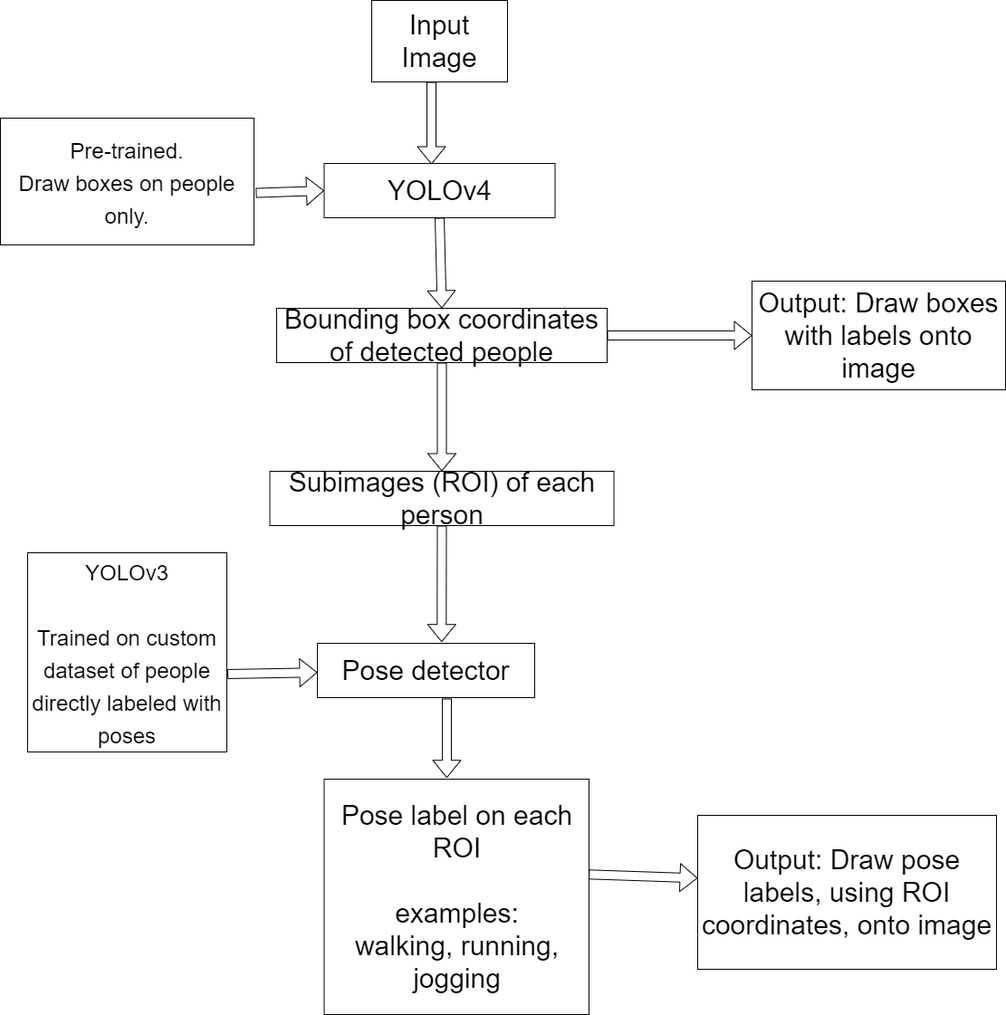
Above: architecture-pedestrian-behavior-analysis.png in tajsandhu/CMPE_258_Group_Project (draw.io), before the change. Source tidied: cells renumbered, new cells last; positions are measured from the earlier drawing's top-left corner, leaving out a move shared by most shapes. Source of this version:
```xml
<mxGraphModel>
  <root>
    <mxCell id="0" />
    <mxCell id="1" parent="0" />
    <mxCell id="2" value="Input Image" style="rounded=0;whiteSpace=wrap;html=1;fontSize=30;" parent="1" vertex="1">
      <mxGeometry x="410" width="150" height="90" as="geometry" />
    </mxCell>
    <mxCell id="3" value="&lt;span style=&quot;font-size: 30px&quot;&gt;YOLOv4&lt;br&gt;&lt;/span&gt;" style="rounded=0;whiteSpace=wrap;html=1;" parent="1" vertex="1">
      <mxGeometry x="357.5" y="180" width="255" height="60" as="geometry" />
    </mxCell>
    <mxCell id="4" value="&lt;font style=&quot;font-size: 24px&quot;&gt;Pre-trained.&lt;br&gt;Draw boxes on people only.&lt;br&gt;&lt;/font&gt;" style="rounded=0;whiteSpace=wrap;html=1;fontSize=30;" parent="1" vertex="1">
      <mxGeometry y="130" width="280" height="140" as="geometry" />
    </mxCell>
    <mxCell id="5" value="Bounding box coordinates of detected people" style="rounded=0;whiteSpace=wrap;html=1;fontSize=30;" parent="1" vertex="1">
      <mxGeometry x="305" y="340" width="365" height="60" as="geometry" />
    </mxCell>
    <mxCell id="6" value="Subimages (ROI) of each person" style="rounded=0;whiteSpace=wrap;html=1;fontSize=30;" parent="1" vertex="1">
      <mxGeometry x="297.5" y="520" width="380" height="60" as="geometry" />
    </mxCell>
    <mxCell id="7" value="Output: Draw boxes with labels onto image" style="rounded=0;whiteSpace=wrap;html=1;fontSize=30;" parent="1" vertex="1">
      <mxGeometry x="830" y="310" width="280" height="120" as="geometry" />
    </mxCell>
    <mxCell id="8" value="Pose detector" style="rounded=0;whiteSpace=wrap;html=1;fontSize=30;" parent="1" vertex="1">
      <mxGeometry x="350" y="710" width="240" height="60" as="geometry" />
    </mxCell>
    <mxCell id="9" style="shape=flexArrow;endArrow=classic;html=1;fontSize=30;entryX=0.5;entryY=0;entryDx=0;entryDy=0;exitX=0.5;exitY=1;exitDx=0;exitDy=0;" parent="1" edge="1" source="3" target="5">
      <mxGeometry relative="1" as="geometry" />
    </mxCell>
    <mxCell id="10" style="shape=flexArrow;endArrow=classic;html=1;fontSize=30;entryX=0;entryY=0.5;entryDx=0;entryDy=0;exitX=1.007;exitY=0.59;exitDx=0;exitDy=0;exitPerimeter=0;" parent="1" edge="1" source="4" target="3">
      <mxGeometry relative="1" as="geometry" />
    </mxCell>
    <mxCell id="11" style="shape=flexArrow;endArrow=classic;html=1;fontSize=30;" parent="1" edge="1">
      <mxGeometry relative="1" as="geometry">
        <mxPoint x="476" y="90" as="sourcePoint" />
        <mxPoint x="476" y="181" as="targetPoint" />
      </mxGeometry>
    </mxCell>
    <mxCell id="12" style="shape=flexArrow;endArrow=classic;html=1;fontSize=30;entryX=0.5;entryY=0;entryDx=0;entryDy=0;exitX=0.5;exitY=1;exitDx=0;exitDy=0;" parent="1" edge="1" source="5" target="6">
      <mxGeometry relative="1" as="geometry" />
    </mxCell>
    <mxCell id="13" style="shape=flexArrow;endArrow=classic;html=1;fontSize=30;exitX=0.5;exitY=1;exitDx=0;exitDy=0;entryX=0.572;entryY=-0.022;entryDx=0;entryDy=0;entryPerimeter=0;" parent="1" edge="1" source="6" target="8">
      <mxGeometry relative="1" as="geometry" />
    </mxCell>
    <mxCell id="14" style="shape=flexArrow;endArrow=classic;html=1;fontSize=30;entryX=0;entryY=0.5;entryDx=0;entryDy=0;" parent="1" edge="1" target="7">
      <mxGeometry relative="1" as="geometry">
        <mxPoint x="670" y="370" as="sourcePoint" />
      </mxGeometry>
    </mxCell>
    <mxCell id="15" value="&lt;font style=&quot;font-size: 24px&quot;&gt;YOLOv3&lt;br&gt;&lt;br&gt;Trained on custom dataset of people directly labeled with poses&lt;br&gt;&lt;/font&gt;" style="rounded=0;whiteSpace=wrap;html=1;fontSize=30;" parent="1" vertex="1">
      <mxGeometry x="30" y="610" width="220" height="220" as="geometry" />
    </mxCell>
    <mxCell id="16" style="shape=flexArrow;endArrow=classic;html=1;fontSize=30;exitX=1.003;exitY=0.609;exitDx=0;exitDy=0;exitPerimeter=0;" parent="1" edge="1" source="15" target="8">
      <mxGeometry relative="1" as="geometry" />
    </mxCell>
    <mxCell id="17" value="Pose label on each ROI&lt;br&gt;&lt;br&gt;examples:&lt;br&gt;walking, running, jogging" style="rounded=0;whiteSpace=wrap;html=1;fontSize=30;" parent="1" vertex="1">
      <mxGeometry x="357.5" y="860" width="292.5" height="260" as="geometry" />
    </mxCell>
    <mxCell id="18" style="shape=flexArrow;endArrow=classic;html=1;fontSize=30;entryX=0.463;entryY=-0.005;entryDx=0;entryDy=0;entryPerimeter=0;" parent="1" edge="1" target="17">
      <mxGeometry relative="1" as="geometry">
        <mxPoint x="493" y="771" as="sourcePoint" />
      </mxGeometry>
    </mxCell>
    <mxCell id="19" value="Output: Draw pose labels, using ROI coordinates, onto image" style="rounded=0;whiteSpace=wrap;html=1;fontSize=30;" parent="1" vertex="1">
      <mxGeometry x="770" y="900" width="330" height="170" as="geometry" />
    </mxCell>
    <mxCell id="20" style="shape=flexArrow;endArrow=classic;html=1;fontSize=30;exitX=0.999;exitY=0.405;exitDx=0;exitDy=0;exitPerimeter=0;entryX=0;entryY=0.408;entryDx=0;entryDy=0;entryPerimeter=0;" parent="1" edge="1" source="17" target="19">
      <mxGeometry relative="1" as="geometry" />
    </mxCell>
  </root>
</mxGraphModel>
```
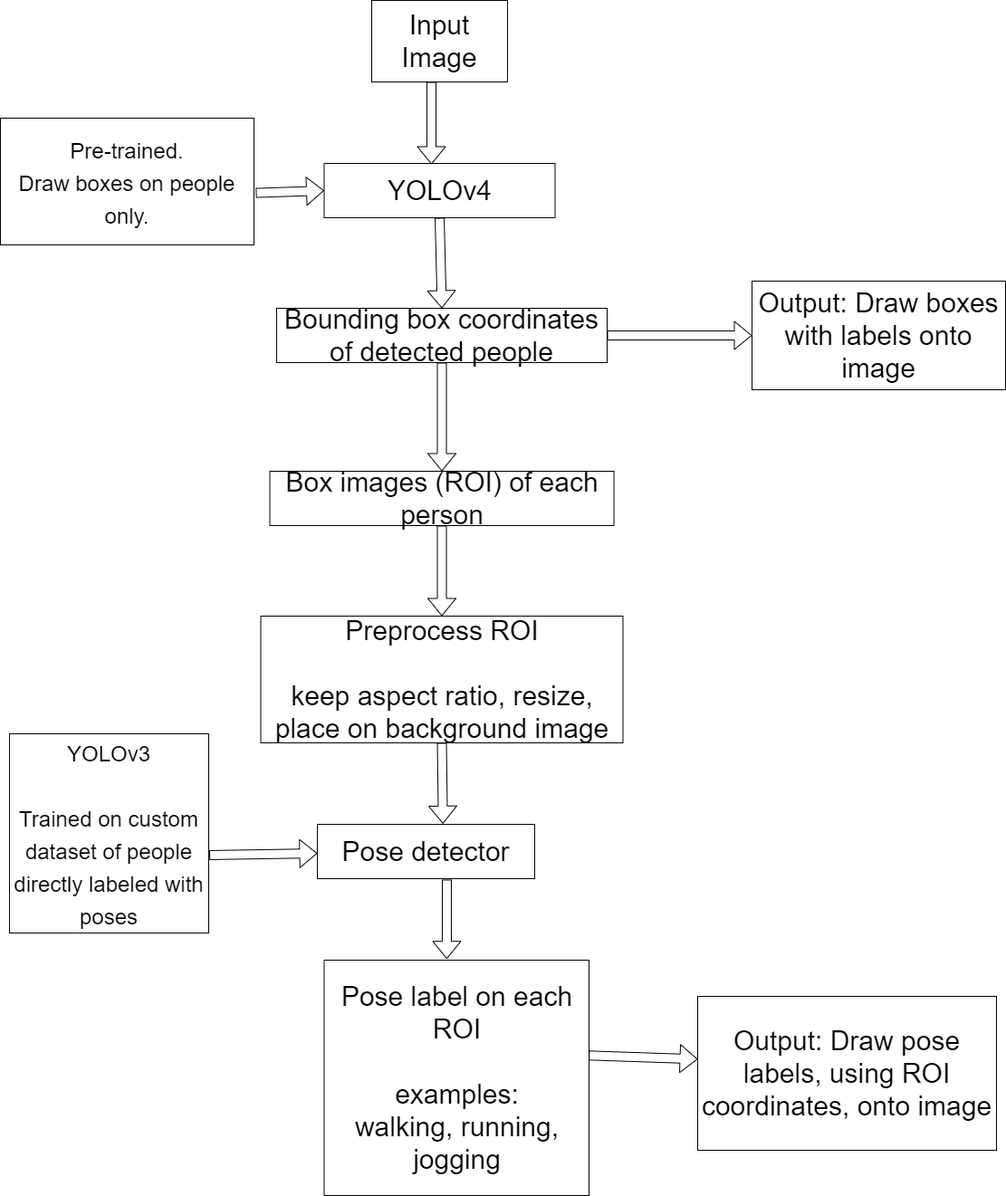
After the change.

Commit message:
docs: Update diagram to include preprocess ROI step. Rename subimages to box images to keep consistent with person boxes = ROI in code.

What changed in the source:
```diff
@@ -14,14 +14,14 @@
     <mxCell id="5" value="Bounding box coordinates of detected people" style="rounded=0;whiteSpace=wrap;html=1;fontSize=30;" parent="1" vertex="1">
       <mxGeometry x="305" y="340" width="365" height="60" as="geometry" />
     </mxCell>
-    <mxCell id="6" value="Subimages (ROI) of each person" style="rounded=0;whiteSpace=wrap;html=1;fontSize=30;" parent="1" vertex="1">
+    <mxCell id="6" value="Box images (ROI) of each person" style="rounded=0;whiteSpace=wrap;html=1;fontSize=30;" parent="1" vertex="1">
       <mxGeometry x="297.5" y="520" width="380" height="60" as="geometry" />
     </mxCell>
     <mxCell id="7" value="Output: Draw boxes with labels onto image" style="rounded=0;whiteSpace=wrap;html=1;fontSize=30;" parent="1" vertex="1">
       <mxGeometry x="830" y="310" width="280" height="120" as="geometry" />
     </mxCell>
     <mxCell id="8" value="Pose detector" style="rounded=0;whiteSpace=wrap;html=1;fontSize=30;" parent="1" vertex="1">
-      <mxGeometry x="350" y="710" width="240" height="60" as="geometry" />
+      <mxGeometry x="350" y="910" width="240" height="60" as="geometry" />
     </mxCell>
     <mxCell id="9" style="shape=flexArrow;endArrow=classic;html=1;fontSize=30;entryX=0.5;entryY=0;entryDx=0;entryDy=0;exitX=0.5;exitY=1;exitDx=0;exitDy=0;" parent="1" edge="1" source="3" target="5">
       <mxGeometry relative="1" as="geometry" />
@@ -38,33 +38,39 @@
     <mxCell id="12" style="shape=flexArrow;endArrow=classic;html=1;fontSize=30;entryX=0.5;entryY=0;entryDx=0;entryDy=0;exitX=0.5;exitY=1;exitDx=0;exitDy=0;" parent="1" edge="1" source="5" target="6">
       <mxGeometry relative="1" as="geometry" />
     </mxCell>
-    <mxCell id="13" style="shape=flexArrow;endArrow=classic;html=1;fontSize=30;exitX=0.5;exitY=1;exitDx=0;exitDy=0;entryX=0.572;entryY=-0.022;entryDx=0;entryDy=0;entryPerimeter=0;" parent="1" edge="1" source="6" target="8">
-      <mxGeometry relative="1" as="geometry" />
-    </mxCell>
     <mxCell id="14" style="shape=flexArrow;endArrow=classic;html=1;fontSize=30;entryX=0;entryY=0.5;entryDx=0;entryDy=0;" parent="1" edge="1" target="7">
       <mxGeometry relative="1" as="geometry">
         <mxPoint x="670" y="370" as="sourcePoint" />
       </mxGeometry>
     </mxCell>
     <mxCell id="15" value="&lt;font style=&quot;font-size: 24px&quot;&gt;YOLOv3&lt;br&gt;&lt;br&gt;Trained on custom dataset of people directly labeled with poses&lt;br&gt;&lt;/font&gt;" style="rounded=0;whiteSpace=wrap;html=1;fontSize=30;" parent="1" vertex="1">
-      <mxGeometry x="30" y="610" width="220" height="220" as="geometry" />
+      <mxGeometry x="10" y="810" width="220" height="220" as="geometry" />
     </mxCell>
     <mxCell id="16" style="shape=flexArrow;endArrow=classic;html=1;fontSize=30;exitX=1.003;exitY=0.609;exitDx=0;exitDy=0;exitPerimeter=0;" parent="1" edge="1" source="15" target="8">
       <mxGeometry relative="1" as="geometry" />
     </mxCell>
     <mxCell id="17" value="Pose label on each ROI&lt;br&gt;&lt;br&gt;examples:&lt;br&gt;walking, running, jogging" style="rounded=0;whiteSpace=wrap;html=1;fontSize=30;" parent="1" vertex="1">
-      <mxGeometry x="357.5" y="860" width="292.5" height="260" as="geometry" />
+      <mxGeometry x="357.5" y="1060" width="292.5" height="260" as="geometry" />
     </mxCell>
     <mxCell id="18" style="shape=flexArrow;endArrow=classic;html=1;fontSize=30;entryX=0.463;entryY=-0.005;entryDx=0;entryDy=0;entryPerimeter=0;" parent="1" edge="1" target="17">
       <mxGeometry relative="1" as="geometry">
-        <mxPoint x="493" y="771" as="sourcePoint" />
+        <mxPoint x="493" y="971" as="sourcePoint" />
       </mxGeometry>
     </mxCell>
     <mxCell id="19" value="Output: Draw pose labels, using ROI coordinates, onto image" style="rounded=0;whiteSpace=wrap;html=1;fontSize=30;" parent="1" vertex="1">
-      <mxGeometry x="770" y="900" width="330" height="170" as="geometry" />
+      <mxGeometry x="770" y="1100" width="330" height="170" as="geometry" />
     </mxCell>
     <mxCell id="20" style="shape=flexArrow;endArrow=classic;html=1;fontSize=30;exitX=0.999;exitY=0.405;exitDx=0;exitDy=0;exitPerimeter=0;entryX=0;entryY=0.408;entryDx=0;entryDy=0;entryPerimeter=0;" parent="1" edge="1" source="17" target="19">
       <mxGeometry relative="1" as="geometry" />
     </mxCell>
+    <mxCell id="21" value="Preprocess ROI&lt;br&gt;&lt;br&gt;keep aspect ratio, resize,&lt;br&gt;place on background image&lt;br&gt;" style="rounded=0;whiteSpace=wrap;html=1;fontSize=30;" parent="1" vertex="1">
+      <mxGeometry x="287.5" y="680" width="400" height="140" as="geometry" />
+    </mxCell>
+    <mxCell id="22" style="shape=flexArrow;endArrow=classic;html=1;fontSize=30;exitX=0.5;exitY=1;exitDx=0;exitDy=0;entryX=0.5;entryY=0;entryDx=0;entryDy=0;" parent="1" edge="1" source="6" target="21">
+      <mxGeometry relative="1" as="geometry" />
+    </mxCell>
+    <mxCell id="23" style="shape=flexArrow;endArrow=classic;html=1;fontSize=30;exitX=0.5;exitY=1;exitDx=0;exitDy=0;entryX=0.578;entryY=-0.011;entryDx=0;entryDy=0;entryPerimeter=0;" parent="1" edge="1" source="21" target="8">
+      <mxGeometry relative="1" as="geometry" />
+    </mxCell>
   </root>
 </mxGraphModel>
```
